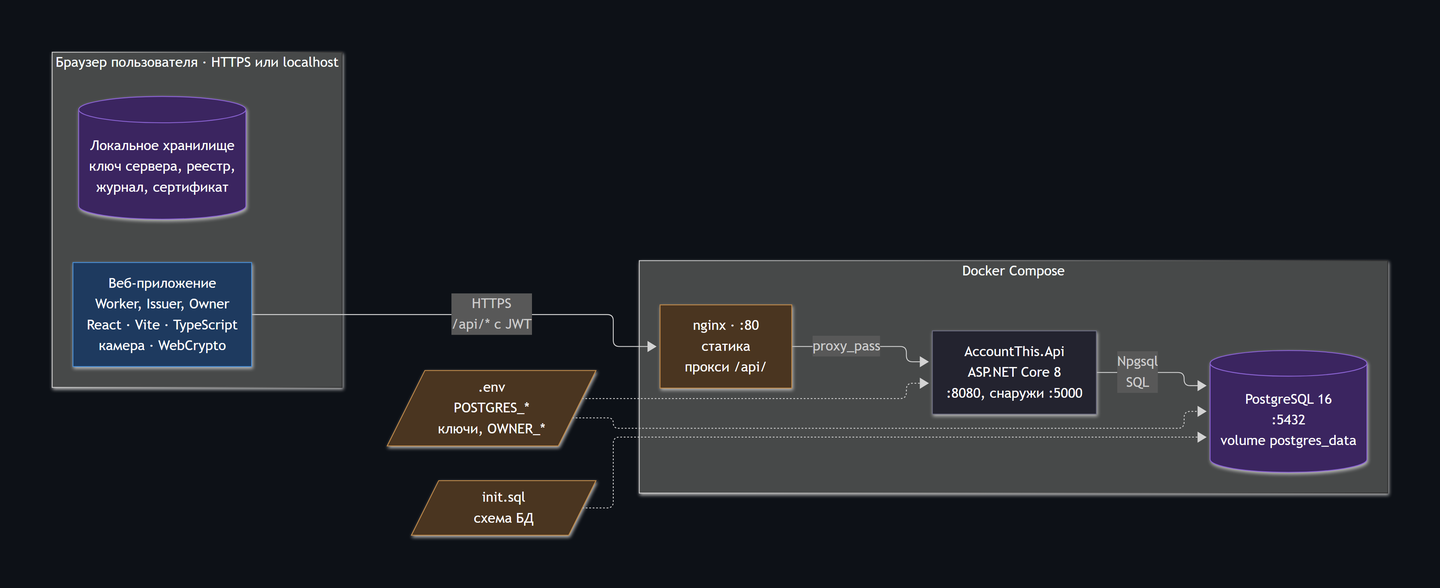
nelex12/account-this keeps this Mermaid diagram as docs/architecture/images/2-containers.png. Above is the earlier version. Its source is kept beside it as docs/architecture/2-containers.mmd.
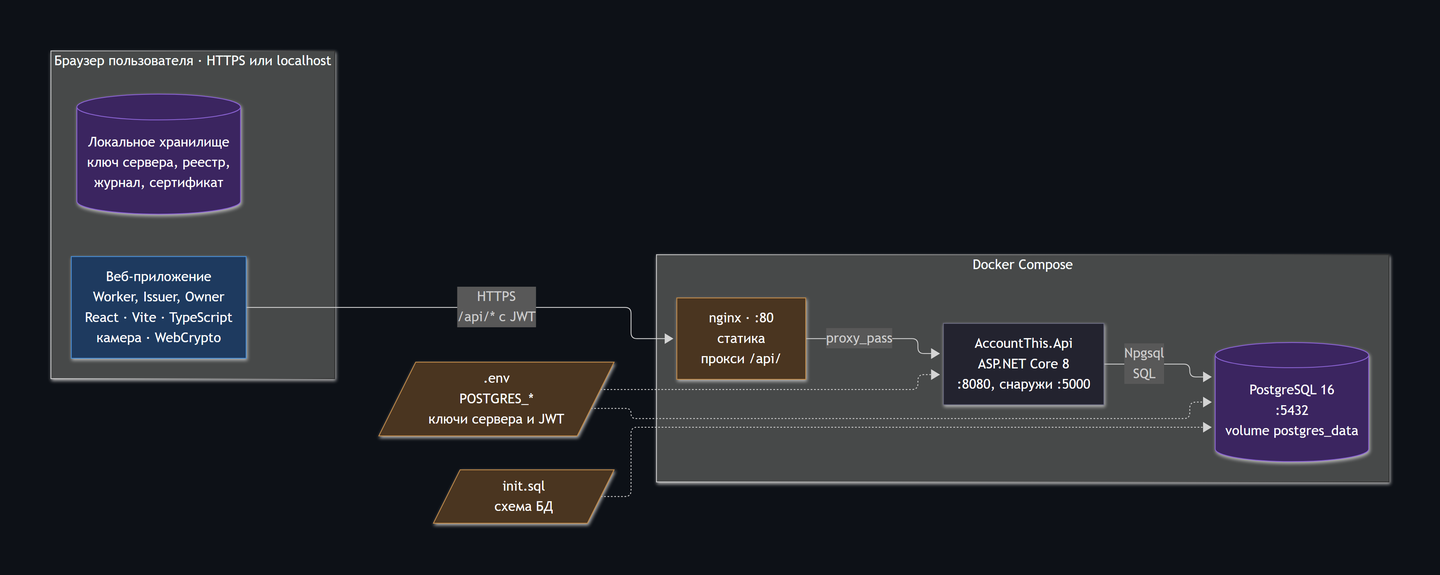
After the commit.

Diff of the diagram source:
```diff
@@ -18,7 +18,7 @@
         Postgres[("PostgreSQL 16<br/>:5432<br/>volume postgres_data")]
     end
 
-    Env[/".env<br/>POSTGRES_*<br/>ключи, OWNER_*"/]
+    Env[/".env<br/>POSTGRES_*<br/>ключи сервера и JWT"/]
     Init[/"init.sql<br/>схема БД"/]
 
     SPA -->|"HTTPS<br/>/api/* с JWT"| Nginx
```
